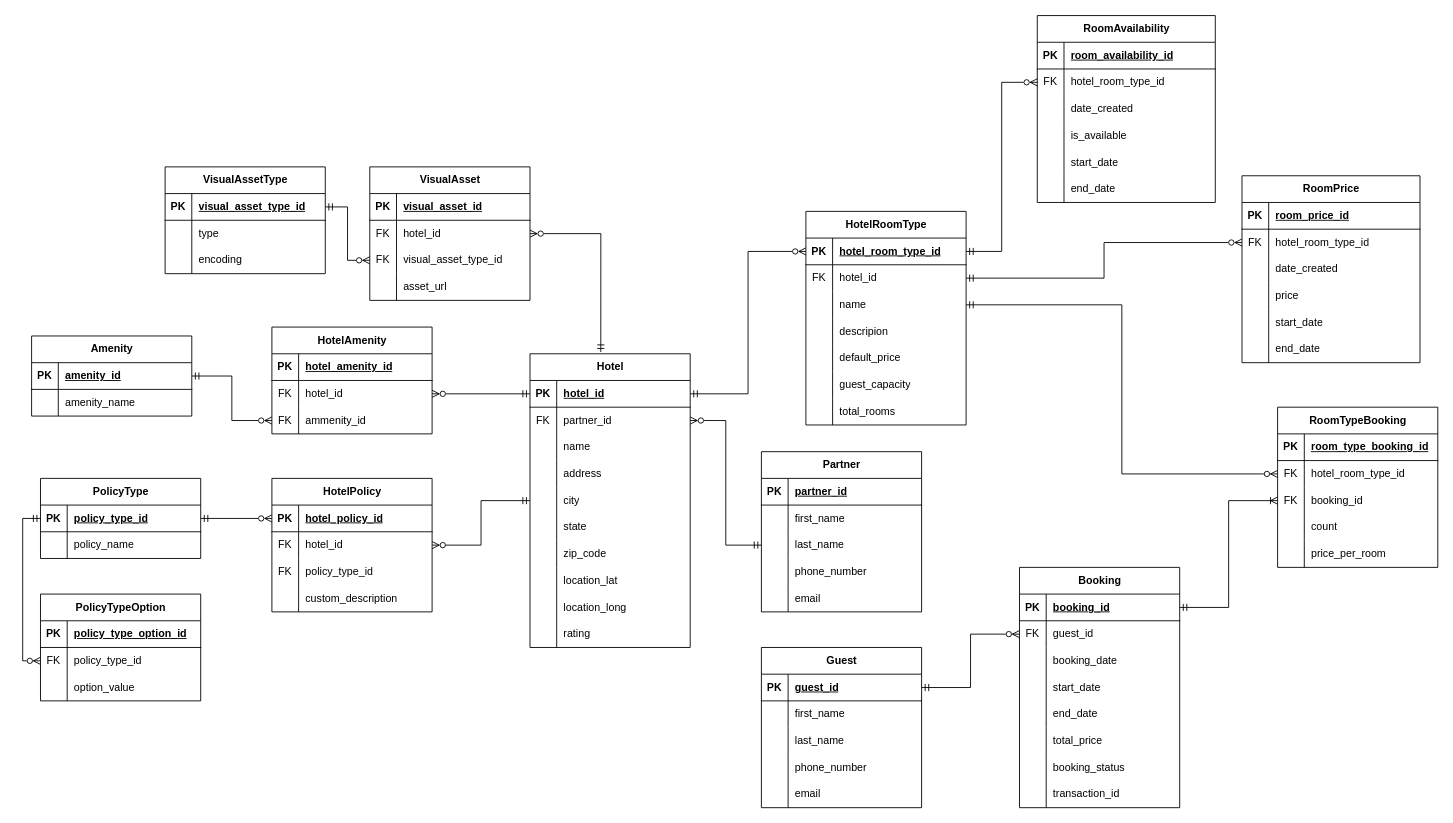
wkh131/hotel-booking keeps this draw.io diagram as docs/HotelERD.drawio. Above is the earlier version. Source tidied: cells renumbered, new cells numbered last; positions are measured from the earlier drawing's top-left corner, leaving out a move shared by most shapes. Both pictures are drawn from the tidied source at 89%, with x=0, y=0 at pixel (31, 15).
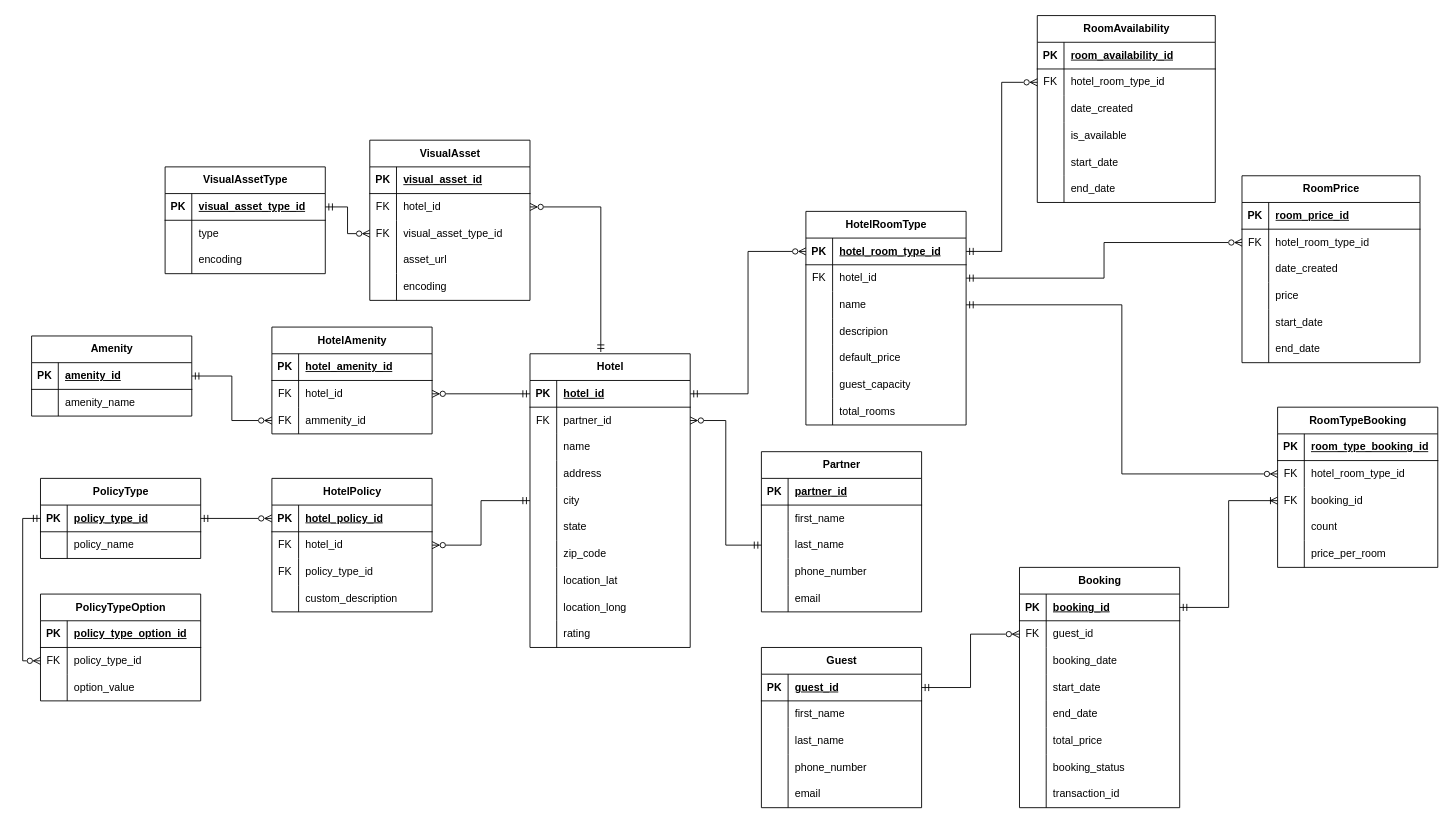
The same diagram, later.

What changed in the source:
```diff
@@
     <mxCell id="98" value="VisualAsset" style="shape=table;startSize=30;childLayout=tableLayout;rowLines=0;fontStyle=1;align=center;html=1;" parent="1" vertex="1">
-      <mxGeometry x="380" y="170" width="180" height="150" as="geometry" />
+      <mxGeometry x="380" y="140" width="180" height="180" as="geometry" />
     </mxCell>
@@
+    <mxCell id="250" style="shape=tableRow;horizontal=0;startSize=0;swimlaneHead=0;swimlaneBody=0;fillColor=none;top=0;left=0;right=0;bottom=0;" parent="98" vertex="1">
+      <mxGeometry y="150" width="180" height="30" as="geometry" />
+    </mxCell>
+    <mxCell id="251" style="shape=partialRectangle;fillColor=none;top=0;left=0;bottom=0;right=0;overflow=hidden;whiteSpace=wrap;html=1;" parent="250" vertex="1">
+      <mxGeometry width="30" height="30" as="geometry" />
+    </mxCell>
+    <mxCell id="252" value="encoding" style="shape=partialRectangle;fillColor=none;top=0;left=0;bottom=0;right=0;align=left;spacingLeft=6;overflow=hidden;whiteSpace=wrap;html=1;" parent="250" vertex="1">
+      <mxGeometry x="30" width="150" height="30" as="geometry" />
+    </mxCell>
```
